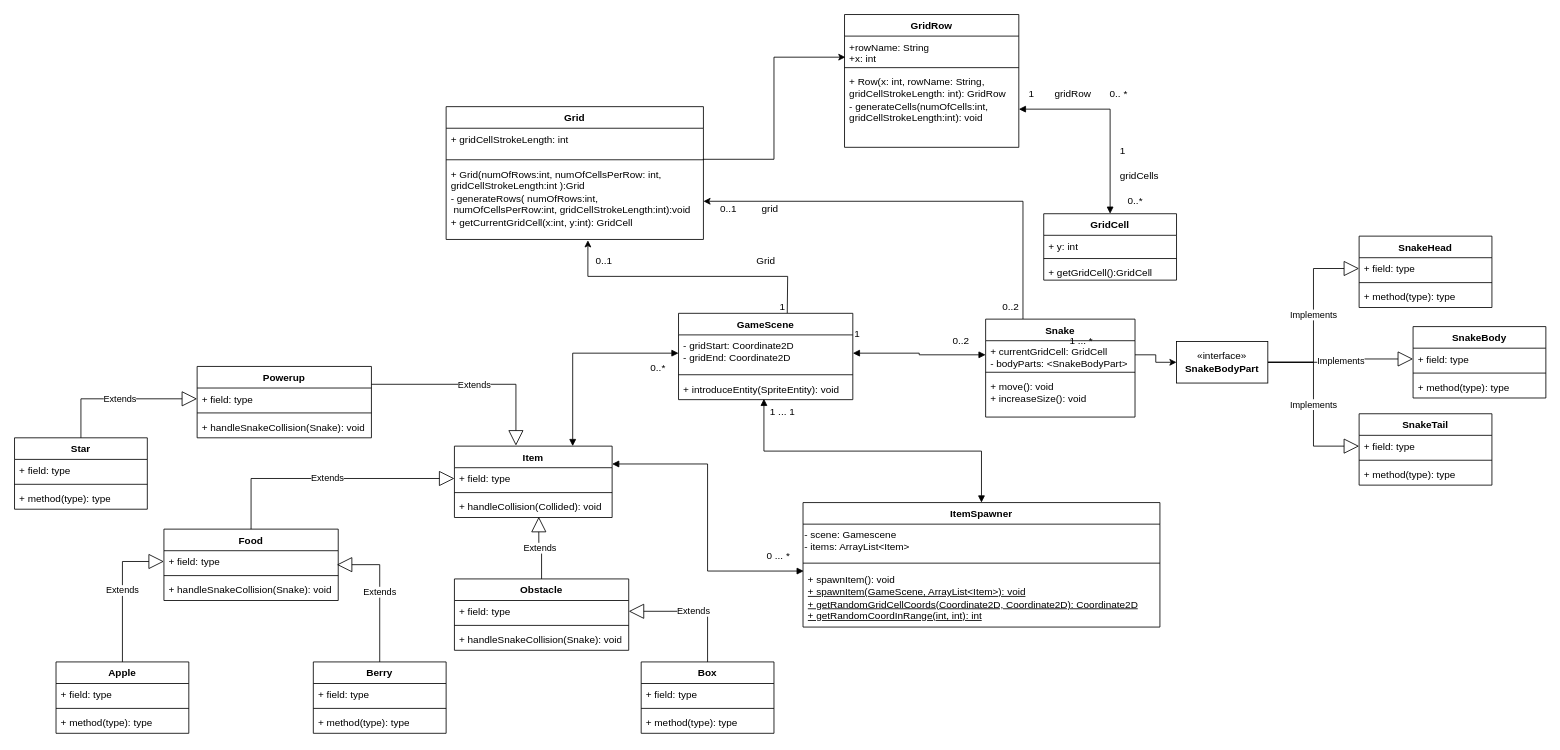
The draw.io diagram pvp-snake-TO.drawio in D-Jordy/pvp-snake, before the edit. Source tidied: cells renumbered, new cells numbered last; positions are measured from the earlier drawing's top-left corner, leaving out a move shared by most shapes. Both pictures are drawn from the tidied source at 83%, with x=0, y=0 at pixel (14, 14).
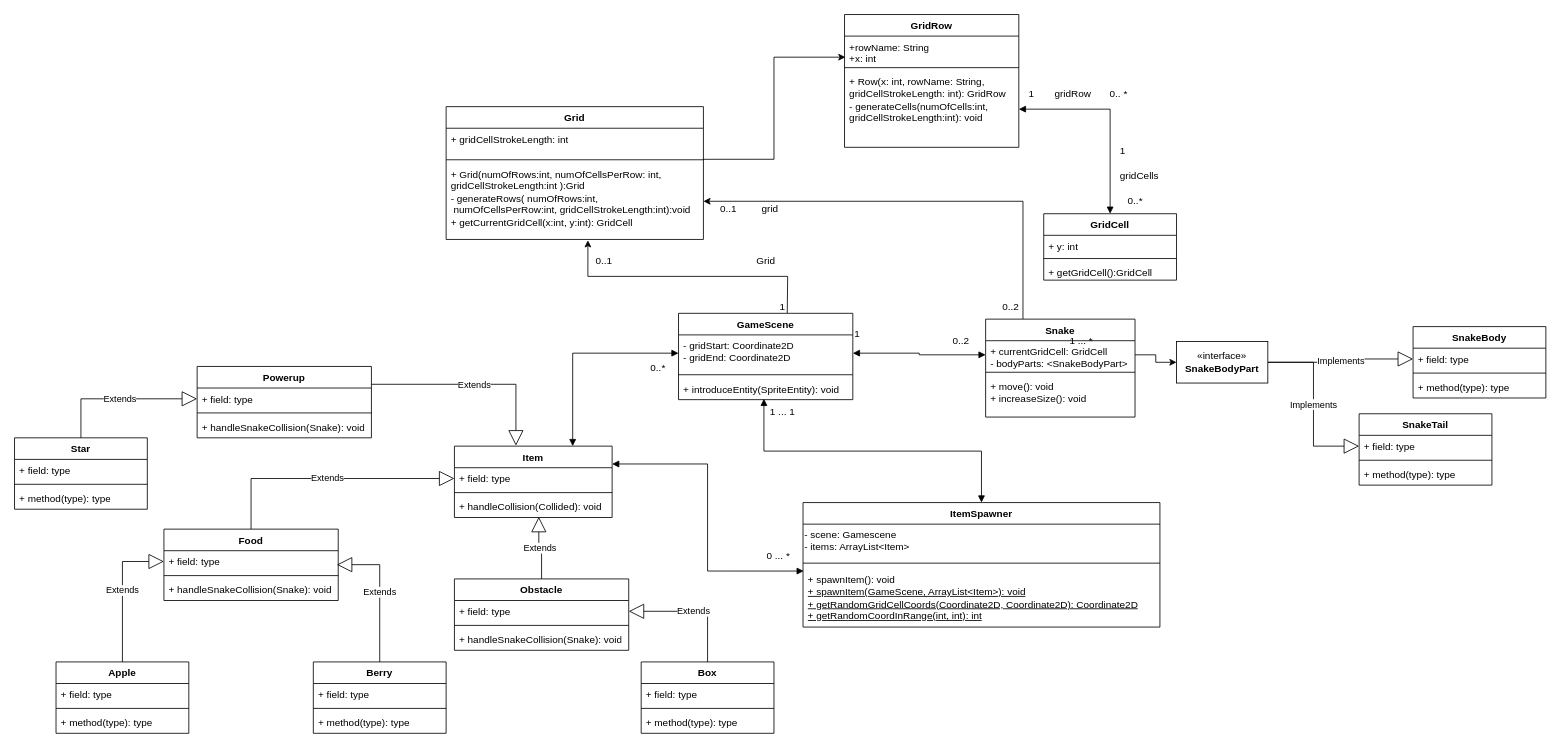
After the change.

Unchanged cells that the change refers to:
```xml
<mxCell id="81" value="«interface»&lt;br&gt;&lt;b&gt;SnakeBodyPart&lt;/b&gt;" style="html=1;whiteSpace=wrap;" parent="1" vertex="1">
  <mxGeometry x="1400" y="394" width="110" height="50" as="geometry" />
</mxCell>
```

Diff of the diagram source:
```diff
@@
-    <mxCell id="64" value="SnakeHead" style="swimlane;fontStyle=1;align=center;verticalAlign=top;horizontal=1;startSize=26;whiteSpace=wrap;html=1;" parent="1" vertex="1">
-      <mxGeometry x="1620" y="267" width="160" height="86" as="geometry" />
-    </mxCell>
-    <mxCell id="65" value="+ field: type" style="text;strokeColor=none;fillColor=none;align=left;verticalAlign=top;spacingLeft=4;spacingRight=4;overflow=hidden;points=[[0,0.5],[1,0.5]];portConstraint=eastwest;whiteSpace=wrap;html=1;" parent="64" vertex="1">
-      <mxGeometry y="26" width="160" height="26" as="geometry" />
-    </mxCell>
-    <mxCell id="66" style="line;strokeWidth=1;fillColor=none;align=left;verticalAlign=middle;spacingTop=-1;spacingLeft=3;spacingRight=3;labelPosition=right;strokeColor=inherit;" parent="64" vertex="1">
-      <mxGeometry y="52" width="160" height="8" as="geometry" />
-    </mxCell>
-    <mxCell id="67" value="+ method(type): type" style="text;strokeColor=none;fillColor=none;align=left;verticalAlign=top;spacingLeft=4;spacingRight=4;overflow=hidden;whiteSpace=wrap;html=1;" parent="64" vertex="1">
-      <mxGeometry y="60" width="160" height="26" as="geometry" />
-    </mxCell>
@@
-    <mxCell id="78" value="Implements" style="endArrow=block;endSize=16;endFill=0;html=1;rounded=0;exitX=1;exitY=0.5;exitDx=0;exitDy=0;entryX=0;entryY=0.5;entryDx=0;entryDy=0;edgeStyle=orthogonalEdgeStyle;" parent="1" edge="1" source="81" target="65">
-      <mxGeometry relative="1" as="geometry" />
-    </mxCell>
```
